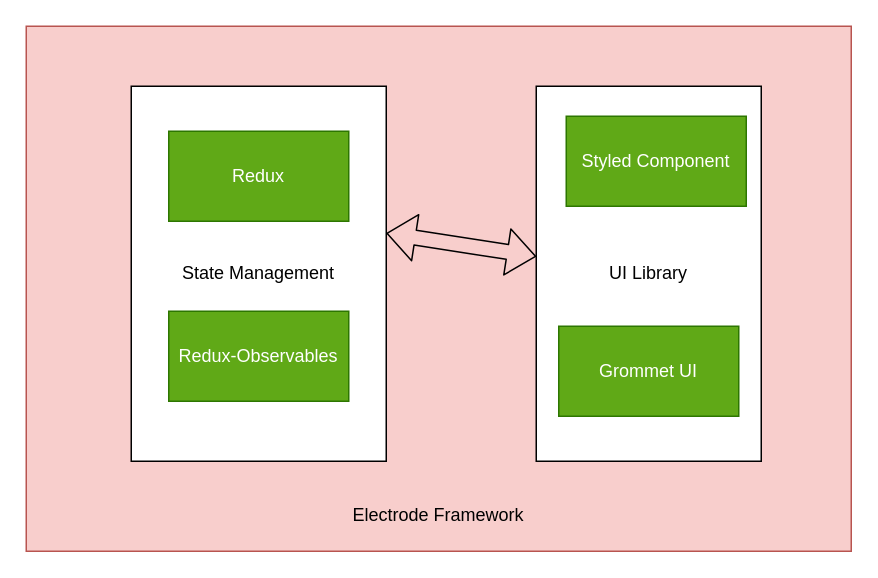
The draw.io diagram page "Libraries" (5 of 5) of myworld.drawio in supran2811/myworld, before the edit. Source tidied: cells renumbered, new cells numbered last; positions are measured from the earlier drawing's top-left corner, leaving out a move shared by most shapes. Both pictures are drawn from the tidied source at 150%, with x=0, y=0 at pixel (26, 26).
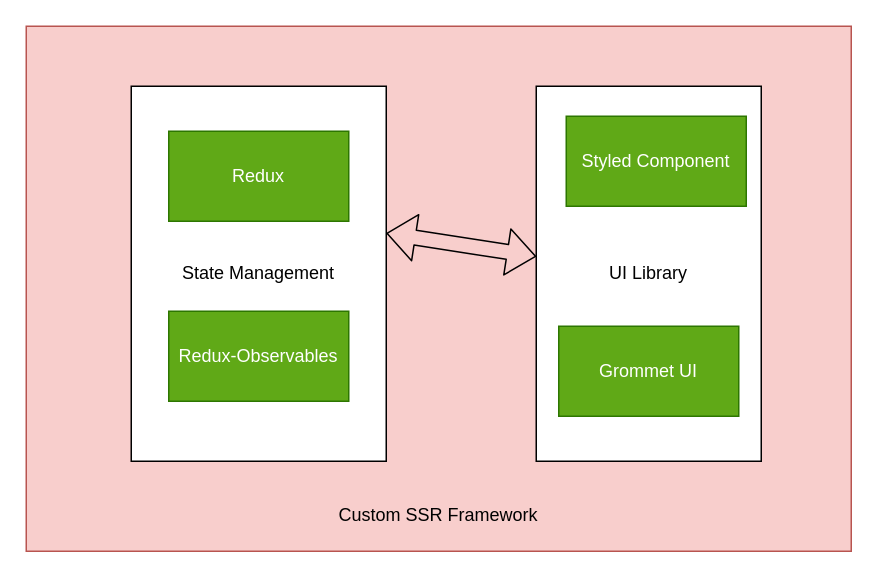
The same diagram, later.

What changed in the source:
```diff
@@
 <mxGraphModel>
   <root>
     <mxCell id="0" />
     <mxCell id="1" parent="0" />
-    <mxCell id="2" value="&lt;br&gt;&lt;br&gt;&lt;br&gt;&lt;br&gt;&lt;br&gt;&lt;br&gt;&lt;br&gt;&lt;br&gt;&lt;br&gt;&lt;br&gt;&lt;br&gt;&lt;br&gt;&lt;br&gt;&lt;br&gt;&lt;br&gt;&lt;br&gt;&lt;br&gt;&lt;br&gt;&lt;br&gt;&lt;br&gt;&lt;br&gt;Electrode Framework" style="rounded=0;whiteSpace=wrap;html=1;fillColor=#f8cecc;strokeColor=#b85450;" parent="1" vertex="1">
+    <mxCell id="2" value="&lt;br&gt;&lt;br&gt;&lt;br&gt;&lt;br&gt;&lt;br&gt;&lt;br&gt;&lt;br&gt;&lt;br&gt;&lt;br&gt;&lt;br&gt;&lt;br&gt;&lt;br&gt;&lt;br&gt;&lt;br&gt;&lt;br&gt;&lt;br&gt;&lt;br&gt;&lt;br&gt;&lt;br&gt;&lt;br&gt;&lt;br&gt;Custom SSR Framework" style="rounded=0;whiteSpace=wrap;html=1;fillColor=#f8cecc;strokeColor=#b85450;" parent="1" vertex="1">
       <mxGeometry width="550" height="350" as="geometry" />
     </mxCell>
     <mxCell id="3" value="UI Library" style="rounded=0;whiteSpace=wrap;html=1;" parent="1" vertex="1">
       <mxGeometry x="340" y="40" width="150" height="250" as="geometry" />
     </mxCell>
     <mxCell id="4" value="State Management" style="rounded=0;whiteSpace=wrap;html=1;" parent="1" vertex="1">
       <mxGeometry x="70" y="40" width="170" height="250" as="geometry" />
     </mxCell>
     <mxCell id="5" value="Redux" style="rounded=0;whiteSpace=wrap;html=1;fillColor=#60a917;strokeColor=#2D7600;fontColor=#ffffff;" parent="1" vertex="1">
       <mxGeometry x="95" y="70" width="120" height="60" as="geometry" />
     </mxCell>
     <mxCell id="6" value="Redux-Observables" style="rounded=0;whiteSpace=wrap;html=1;fillColor=#60a917;strokeColor=#2D7600;fontColor=#ffffff;" parent="1" vertex="1">
       <mxGeometry x="95" y="190" width="120" height="60" as="geometry" />
     </mxCell>
     <mxCell id="7" value="Grommet UI" style="rounded=0;whiteSpace=wrap;html=1;fillColor=#60a917;strokeColor=#2D7600;fontColor=#ffffff;" parent="1" vertex="1">
       <mxGeometry x="355" y="200" width="120" height="60" as="geometry" />
     </mxCell>
     <mxCell id="8" value="Styled Component" style="rounded=0;whiteSpace=wrap;html=1;fillColor=#60a917;strokeColor=#2D7600;fontColor=#ffffff;" parent="1" vertex="1">
       <mxGeometry x="360" y="60" width="120" height="60" as="geometry" />
     </mxCell>
     <mxCell id="9" style="shape=flexArrow;endArrow=classic;startArrow=classic;html=1;exitX=1;exitY=0.392;exitDx=0;exitDy=0;exitPerimeter=0;" parent="1" edge="1" source="4" target="3">
       <mxGeometry relative="1" as="geometry" />
     </mxCell>
   </root>
 </mxGraphModel>
```
